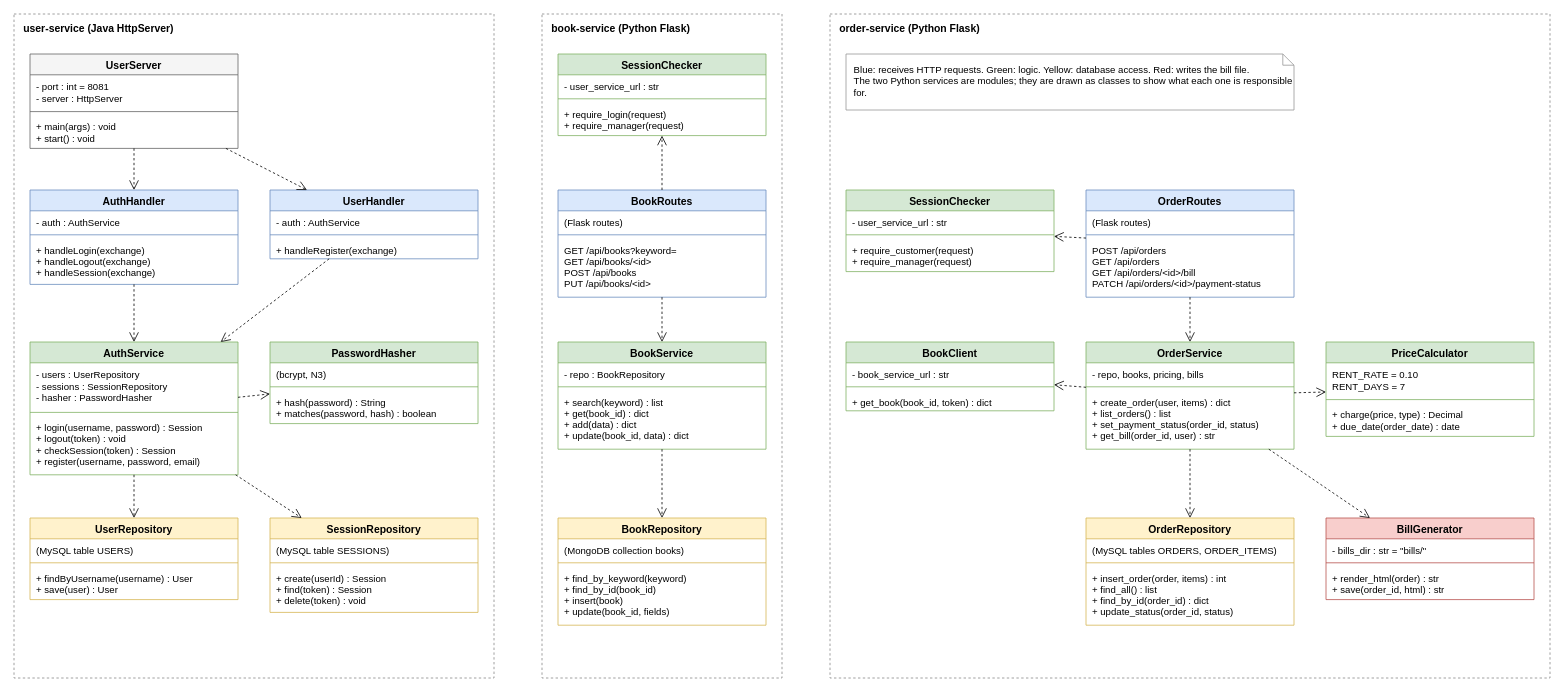
Before: docs/02-design/diagrams/class-services.drawio in KFUPMer/csce310-bookstore, a draw.io diagram. Source tidied: cells renumbered, new cells numbered last; positions are measured from the earlier drawing's top-left corner, leaving out a move shared by most shapes. Both pictures are drawn from the tidied source at 80%, with x=0, y=0 at pixel (14, 14).
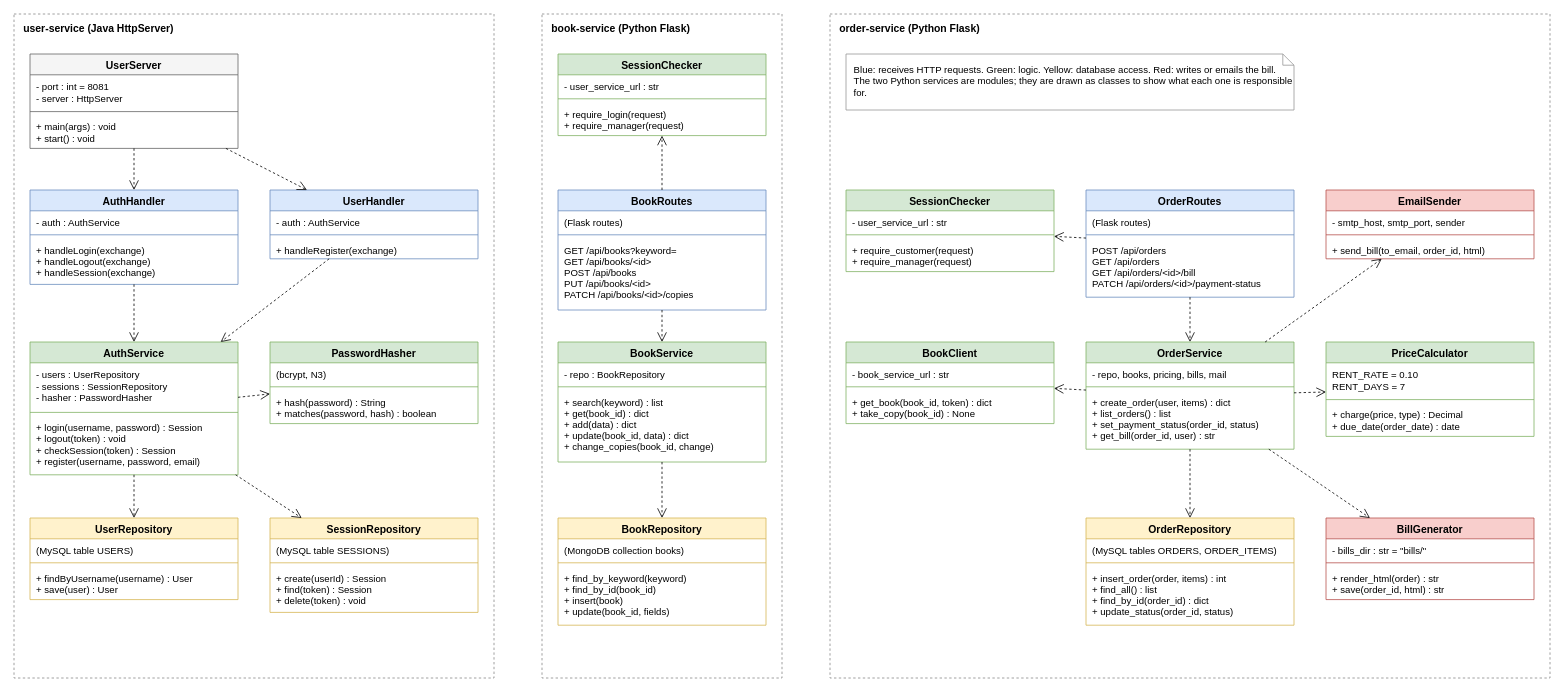
The same page after the edit.

Unchanged cells that the change refers to:
```xml
<mxCell id="71" value="OrderService" style="swimlane;fontStyle=1;align=center;verticalAlign=top;horizontal=1;startSize=26;fillColor=#d5e8d4;strokeColor=#82b366;fontSize=13;" parent="1" vertex="1">
  <mxGeometry x="1340" y="410" width="260" height="134" as="geometry" />
</mxCell>
```

What changed in the source:
```diff
@@
     <mxCell id="44" value="BookRoutes" style="swimlane;fontStyle=1;align=center;verticalAlign=top;horizontal=1;startSize=26;fillColor=#dae8fc;strokeColor=#6c8ebf;fontSize=13;" parent="1" vertex="1">
-      <mxGeometry x="680" y="220" width="260" height="134" as="geometry" />
+      <mxGeometry x="680" y="220" width="260" height="150" as="geometry" />
     </mxCell>
@@
-    <mxCell id="47" value="GET /api/books?keyword=&#10;GET /api/books/&lt;id&gt;&#10;POST /api/books&#10;PUT /api/books/&lt;id&gt;" style="text;strokeColor=none;fillColor=none;align=left;verticalAlign=top;spacingLeft=6;spacingRight=4;spacingTop=2;overflow=hidden;fontSize=12;" parent="44" vertex="1">
-      <mxGeometry y="60" width="260" height="74" as="geometry" />
+    <mxCell id="47" value="GET /api/books?keyword=&#10;GET /api/books/&lt;id&gt;&#10;POST /api/books&#10;PUT /api/books/&lt;id&gt;&#10;PATCH /api/books/&lt;id&gt;/copies" style="text;strokeColor=none;fillColor=none;align=left;verticalAlign=top;spacingLeft=6;spacingRight=4;spacingTop=2;overflow=hidden;fontSize=12;" parent="44" vertex="1">
+      <mxGeometry y="60" width="260" height="90" as="geometry" />
     </mxCell>
     <mxCell id="48" value="BookService" style="swimlane;fontStyle=1;align=center;verticalAlign=top;horizontal=1;startSize=26;fillColor=#d5e8d4;strokeColor=#82b366;fontSize=13;" parent="1" vertex="1">
-      <mxGeometry x="680" y="410" width="260" height="134" as="geometry" />
+      <mxGeometry x="680" y="410" width="260" height="150" as="geometry" />
     </mxCell>
@@
-    <mxCell id="51" value="+ search(keyword) : list&#10;+ get(book_id) : dict&#10;+ add(data) : dict&#10;+ update(book_id, data) : dict" style="text;strokeColor=none;fillColor=none;align=left;verticalAlign=top;spacingLeft=6;spacingRight=4;spacingTop=2;overflow=hidden;fontSize=12;" parent="48" vertex="1">
-      <mxGeometry y="60" width="260" height="74" as="geometry" />
+    <mxCell id="51" value="+ search(keyword) : list&#10;+ get(book_id) : dict&#10;+ add(data) : dict&#10;+ update(book_id, data) : dict&#10;+ change_copies(book_id, change)" style="text;strokeColor=none;fillColor=none;align=left;verticalAlign=top;spacingLeft=6;spacingRight=4;spacingTop=2;overflow=hidden;fontSize=12;" parent="48" vertex="1">
+      <mxGeometry y="60" width="260" height="90" as="geometry" />
     </mxCell>
@@
     <mxCell id="67" value="BookClient" style="swimlane;fontStyle=1;align=center;verticalAlign=top;horizontal=1;startSize=26;fillColor=#d5e8d4;strokeColor=#82b366;fontSize=13;" parent="1" vertex="1">
-      <mxGeometry x="1040" y="410" width="260" height="86" as="geometry" />
+      <mxGeometry x="1040" y="410" width="260" height="102" as="geometry" />
     </mxCell>
@@
-    <mxCell id="70" value="+ get_book(book_id, token) : dict" style="text;strokeColor=none;fillColor=none;align=left;verticalAlign=top;spacingLeft=6;spacingRight=4;spacingTop=2;overflow=hidden;fontSize=12;" parent="67" vertex="1">
-      <mxGeometry y="60" width="260" height="26" as="geometry" />
+    <mxCell id="70" value="+ get_book(book_id, token) : dict&#10;+ take_copy(book_id) : None" style="text;strokeColor=none;fillColor=none;align=left;verticalAlign=top;spacingLeft=6;spacingRight=4;spacingTop=2;overflow=hidden;fontSize=12;" parent="67" vertex="1">
+      <mxGeometry y="60" width="260" height="42" as="geometry" />
     </mxCell>
+    <mxCell id="94" value="EmailSender" style="swimlane;fontStyle=1;align=center;verticalAlign=top;horizontal=1;startSize=26;fillColor=#f8cecc;strokeColor=#b85450;fontSize=13;" parent="1" vertex="1">
+      <mxGeometry x="1640" y="220" width="260" height="86" as="geometry" />
+    </mxCell>
+    <mxCell id="95" value="- smtp_host, smtp_port, sender" style="text;strokeColor=none;fillColor=none;align=left;verticalAlign=top;spacingLeft=6;spacingRight=4;spacingTop=2;overflow=hidden;fontSize=12;" parent="94" vertex="1">
+      <mxGeometry y="26" width="260" height="26" as="geometry" />
+    </mxCell>
+    <mxCell id="96" style="line;strokeWidth=1;fillColor=none;align=left;verticalAlign=middle;spacingTop=-1;spacingLeft=3;spacingRight=3;labelPosition=right;strokeColor=inherit;" parent="94" vertex="1">
+      <mxGeometry y="52" width="260" height="8" as="geometry" />
+    </mxCell>
+    <mxCell id="97" value="+ send_bill(to_email, order_id, html)" style="text;strokeColor=none;fillColor=none;align=left;verticalAlign=top;spacingLeft=6;spacingRight=4;spacingTop=2;overflow=hidden;fontSize=12;" parent="94" vertex="1">
+      <mxGeometry y="60" width="260" height="26" as="geometry" />
+    </mxCell>
@@
-    <mxCell id="72" value="- repo, books, pricing, bills" style="text;strokeColor=none;fillColor=none;align=left;verticalAlign=top;spacingLeft=6;spacingRight=4;spacingTop=2;overflow=hidden;fontSize=12;" parent="71" vertex="1">
+    <mxCell id="72" value="- repo, books, pricing, bills, mail" style="text;strokeColor=none;fillColor=none;align=left;verticalAlign=top;spacingLeft=6;spacingRight=4;spacingTop=2;overflow=hidden;fontSize=12;" parent="71" vertex="1">
       <mxGeometry y="26" width="260" height="26" as="geometry" />
     </mxCell>
@@
-    <mxCell id="93" value="Blue: receives HTTP requests. Green: logic. Yellow: database access. Red: writes the bill file.&lt;br&gt;The two Python services are modules; they are drawn as classes to show what each one is responsible for." style="shape=note;size=14;whiteSpace=wrap;html=1;align=left;verticalAlign=top;spacingLeft=8;spacingTop=6;fillColor=#ffffff;strokeColor=#999999;fontSize=12;" parent="1" vertex="1">
-      <mxGeometry x="1040" y="50" width="560" height="70" as="geometry" />
+    <mxCell id="93" style="endArrow=open;endSize=10;dashed=1;html=1;rounded=0;fontSize=11;" parent="1" edge="1" source="71" target="94">
+      <mxGeometry relative="1" as="geometry" />
     </mxCell>
+    <mxCell id="98" value="Blue: receives HTTP requests. Green: logic. Yellow: database access. Red: writes or emails the bill.&lt;br&gt;The two Python services are modules; they are drawn as classes to show what each one is responsible for." style="shape=note;size=14;whiteSpace=wrap;html=1;align=left;verticalAlign=top;spacingLeft=8;spacingTop=6;fillColor=#ffffff;strokeColor=#999999;fontSize=12;" parent="1" vertex="1">
+      <mxGeometry x="1040" y="50" width="560" height="70" as="geometry" />
+    </mxCell>
```
